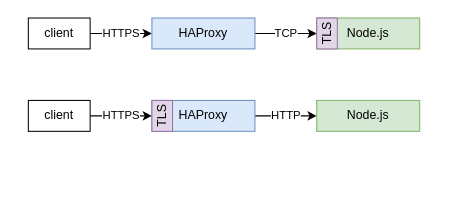
Earlier version of the draw.io diagram node-avoid-cluster/images/perf-architecture.drawio (tlhunter/presentations). Source tidied: cells renumbered, new cells numbered last; positions are measured from the earlier drawing's top-left corner, leaving out a move shared by most shapes. Both pictures are drawn from the tidied source at 103%, with x=0, y=0 at pixel (28, 18).
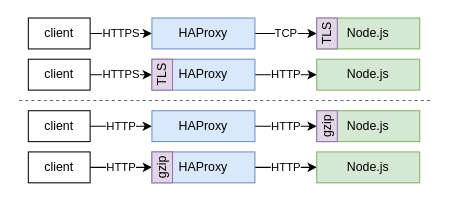
The same diagram, later.

Commit message (it also covers changes not shown here):
node-avoid-cluster: cleanup

Diff of the diagram source:
```diff
@@
     <mxCell id="8" value="client" style="rounded=0;whiteSpace=wrap;html=1;" parent="1" vertex="1">
-      <mxGeometry y="80" width="60" height="30" as="geometry" />
+      <mxGeometry y="40" width="60" height="30" as="geometry" />
     </mxCell>
@@
     <mxCell id="10" value="HAProxy" style="rounded=0;whiteSpace=wrap;html=1;fillColor=#dae8fc;strokeColor=#6c8ebf;" parent="1" vertex="1">
-      <mxGeometry x="120" y="80" width="100" height="30" as="geometry" />
+      <mxGeometry x="120" y="40" width="100" height="30" as="geometry" />
     </mxCell>
     <mxCell id="11" value="Node.js" style="rounded=0;whiteSpace=wrap;html=1;fillColor=#d5e8d4;strokeColor=#82b366;" parent="1" vertex="1">
-      <mxGeometry x="280" y="80" width="100" height="30" as="geometry" />
+      <mxGeometry x="280" y="40" width="100" height="30" as="geometry" />
     </mxCell>
@@
     <mxCell id="13" value="TLS" style="rounded=0;whiteSpace=wrap;html=1;fillColor=#e1d5e7;strokeColor=#9673a6;horizontal=0;" parent="1" vertex="1">
-      <mxGeometry x="120" y="80" width="20" height="30" as="geometry" />
+      <mxGeometry x="120" y="40" width="20" height="30" as="geometry" />
     </mxCell>
+    <mxCell id="14" value="HTTP" style="edgeStyle=orthogonalEdgeStyle;rounded=0;jettySize=auto;html=1;exitX=1;exitY=0.5;exitDx=0;exitDy=0;entryX=0;entryY=0.5;entryDx=0;entryDy=0;" parent="1" edge="1" source="15" target="17">
+      <mxGeometry relative="1" as="geometry" />
+    </mxCell>
+    <mxCell id="15" value="client" style="rounded=0;whiteSpace=wrap;html=1;" parent="1" vertex="1">
+      <mxGeometry y="130" width="60" height="30" as="geometry" />
+    </mxCell>
+    <mxCell id="16" value="HTTP" style="edgeStyle=orthogonalEdgeStyle;rounded=0;jettySize=auto;html=1;exitX=1;exitY=0.5;exitDx=0;exitDy=0;entryX=0;entryY=0.5;entryDx=0;entryDy=0;" parent="1" edge="1" source="17" target="18">
+      <mxGeometry relative="1" as="geometry" />
+    </mxCell>
+    <mxCell id="17" value="HAProxy" style="rounded=0;whiteSpace=wrap;html=1;fillColor=#dae8fc;strokeColor=#6c8ebf;" parent="1" vertex="1">
+      <mxGeometry x="120" y="130" width="100" height="30" as="geometry" />
+    </mxCell>
+    <mxCell id="18" value="Node.js" style="rounded=0;whiteSpace=wrap;html=1;fillColor=#d5e8d4;strokeColor=#82b366;" parent="1" vertex="1">
+      <mxGeometry x="280" y="130" width="100" height="30" as="geometry" />
+    </mxCell>
+    <mxCell id="19" value="gzip" style="rounded=0;whiteSpace=wrap;html=1;fillColor=#e1d5e7;strokeColor=#9673a6;horizontal=0;" parent="1" vertex="1">
+      <mxGeometry x="120" y="130" width="20" height="30" as="geometry" />
+    </mxCell>
+    <mxCell id="20" value="HTTP" style="edgeStyle=orthogonalEdgeStyle;rounded=0;jettySize=auto;html=1;exitX=1;exitY=0.5;exitDx=0;exitDy=0;entryX=0;entryY=0.5;entryDx=0;entryDy=0;" parent="1" edge="1" source="21" target="23">
+      <mxGeometry relative="1" as="geometry" />
+    </mxCell>
+    <mxCell id="21" value="client" style="rounded=0;whiteSpace=wrap;html=1;" parent="1" vertex="1">
+      <mxGeometry y="90" width="60" height="30" as="geometry" />
+    </mxCell>
+    <mxCell id="22" value="HTTP" style="edgeStyle=orthogonalEdgeStyle;rounded=0;jettySize=auto;html=1;exitX=1;exitY=0.5;exitDx=0;exitDy=0;entryX=0;entryY=0.5;entryDx=0;entryDy=0;" parent="1" edge="1" source="23" target="24">
+      <mxGeometry relative="1" as="geometry" />
+    </mxCell>
+    <mxCell id="23" value="HAProxy" style="rounded=0;whiteSpace=wrap;html=1;fillColor=#dae8fc;strokeColor=#6c8ebf;" parent="1" vertex="1">
+      <mxGeometry x="120" y="90" width="100" height="30" as="geometry" />
+    </mxCell>
+    <mxCell id="24" value="Node.js" style="rounded=0;whiteSpace=wrap;html=1;fillColor=#d5e8d4;strokeColor=#82b366;" parent="1" vertex="1">
+      <mxGeometry x="280" y="90" width="100" height="30" as="geometry" />
+    </mxCell>
+    <mxCell id="25" value="gzip" style="rounded=0;whiteSpace=wrap;html=1;fillColor=#e1d5e7;strokeColor=#9673a6;horizontal=0;" parent="1" vertex="1">
+      <mxGeometry x="280" y="90" width="20" height="30" as="geometry" />
+    </mxCell>
+    <mxCell id="26" style="endArrow=none;html=1;dashed=1;fillColor=#f5f5f5;strokeColor=#666666;" parent="1" edge="1">
+      <mxGeometry relative="1" as="geometry">
+        <mxPoint x="390" y="80" as="sourcePoint" />
+        <mxPoint x="-10" y="80" as="targetPoint" />
+      </mxGeometry>
+    </mxCell>
```
